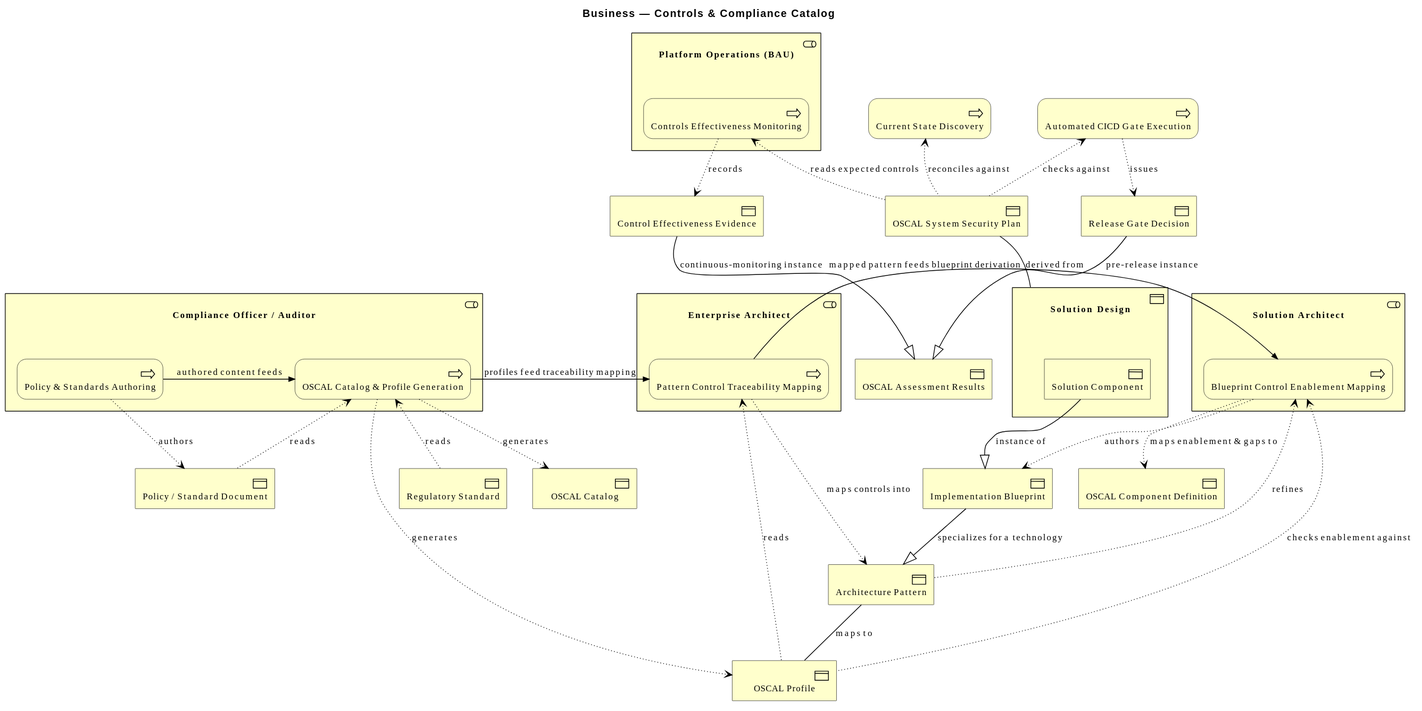
Earlier version of the PlantUML export architecture/model/diagrams/business/controls-catalog.svg (wolffy-au/frictionless-architect).
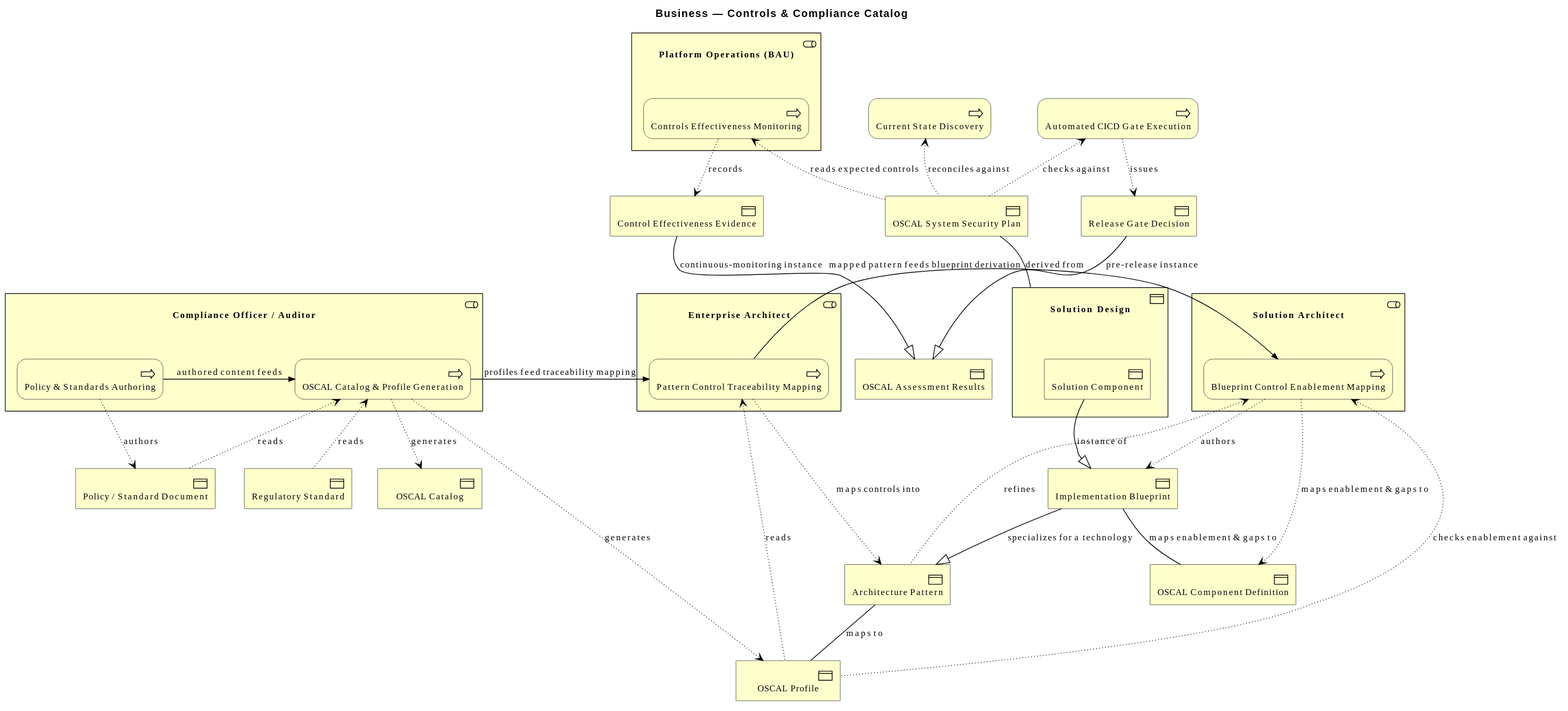
Later version of the same file.

Commit message:
fix(model): close two relationship gaps found during GH #7 review

Change to the diagram source:
```diff
@@ -49,6 +49,7 @@
 Rel_Access_w(e_id378927722a8d5a, e_id41a01cbfc25b5a, "authors")
 Rel_Access_w(e_id378927722a8d5a, e_id0bb22ba44cfa50, "maps enablement & gaps to")
 Rel_Triggering_Right(e_id65065ee24d3c54, e_id378927722a8d5a, "mapped pattern feeds blueprint derivation")
+Rel_Association(e_id41a01cbfc25b5a, e_id0bb22ba44cfa50, "maps enablement & gaps to")
 Rel_Specialization(e_id42defa6a190855, e_id41a01cbfc25b5a, "instance of")
 Rel_Association(e_ide1231d147af05e, e_id4b5ad5a2100656, "derived from")
 Rel_Access_r(e_id3a7a27eefeb751, e_ide1231d147af05e, "reconciles against")
```
